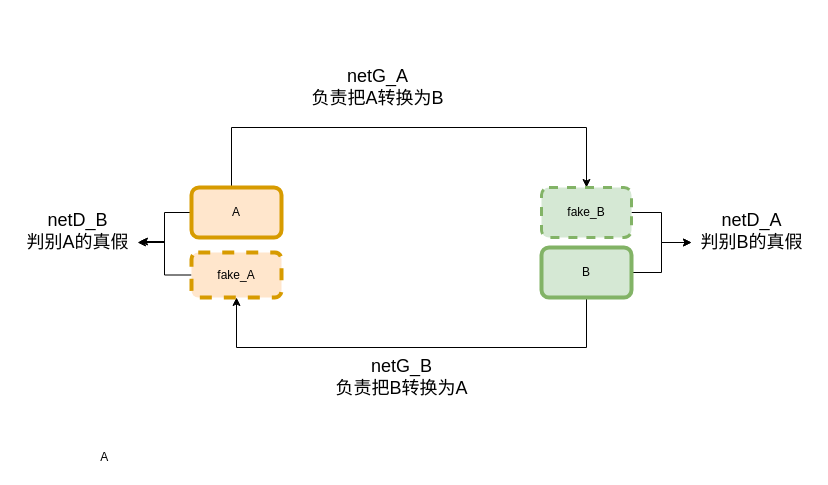
Before: cyclegan.drawio in yuanchaowang/subscribe, a draw.io diagram. Source tidied: cells renumbered, new cells numbered last; positions are measured from the earlier drawing's top-left corner, leaving out a move shared by most shapes. Both pictures are drawn from the tidied source at 100%, with x=0, y=0 at pixel (17, 67).
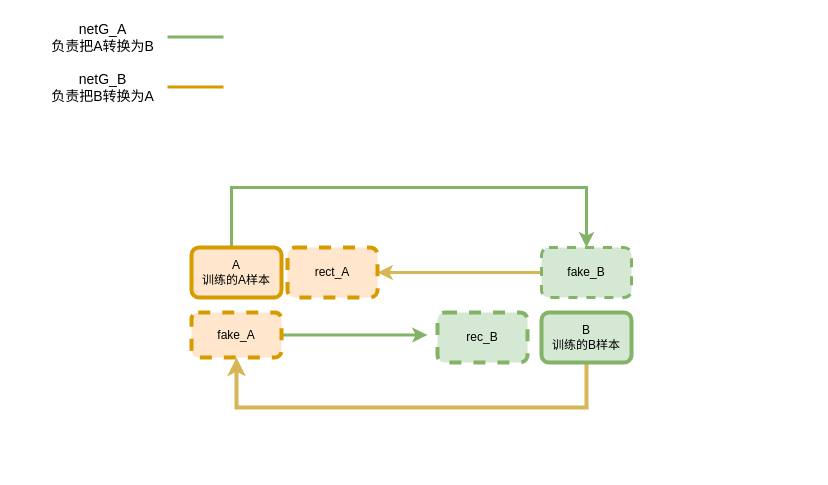
After the change.

The edit, as a diff of the source:
```diff
@@
-    <mxCell id="2" style="edgeStyle=orthogonalEdgeStyle;rounded=0;jettySize=auto;html=1;entryX=0.5;entryY=0;entryDx=0;entryDy=0;" parent="1" edge="1" source="4" target="7">
+    <mxCell id="2" style="edgeStyle=orthogonalEdgeStyle;rounded=0;jettySize=auto;html=1;entryX=0.5;entryY=0;entryDx=0;entryDy=0;fillColor=#d5e8d4;strokeColor=#82b366;strokeWidth=3;" parent="1" edge="1" source="4" target="7">
       <mxGeometry relative="1" as="geometry">
         <Array as="points">
-          <mxPoint x="214" y="60" />
-          <mxPoint x="569" y="60" />
+          <mxPoint x="214" y="120" />
+          <mxPoint x="569" y="120" />
         </Array>
       </mxGeometry>
     </mxCell>
-    <mxCell id="3" style="edgeStyle=orthogonalEdgeStyle;rounded=0;jettySize=auto;html=1;" parent="1" edge="1" source="4" target="16">
-      <mxGeometry relative="1" as="geometry" />
-    </mxCell>
-    <mxCell id="4" value="A" style="rounded=1;whiteSpace=wrap;html=1;fillColor=#ffe6cc;strokeColor=#d79b00;strokeWidth=4;" parent="1" vertex="1">
-      <mxGeometry x="174" y="120" width="90" height="50" as="geometry" />
+    <mxCell id="4" value="A&lt;br&gt;训练的A样本" style="rounded=1;whiteSpace=wrap;html=1;fillColor=#ffe6cc;strokeColor=#d79b00;strokeWidth=4;" parent="1" vertex="1">
+      <mxGeometry x="174" y="180" width="90" height="50" as="geometry" />
     </mxCell>
-    <mxCell id="5" style="edgeStyle=orthogonalEdgeStyle;rounded=0;jettySize=auto;html=1;entryX=0.5;entryY=1;entryDx=0;entryDy=0;exitX=0.5;exitY=1;exitDx=0;exitDy=0;" parent="1" edge="1" source="12" target="14">
+    <mxCell id="5" style="edgeStyle=orthogonalEdgeStyle;rounded=0;jettySize=auto;html=1;entryX=0.5;entryY=1;entryDx=0;entryDy=0;exitX=0.5;exitY=1;exitDx=0;exitDy=0;fillColor=#fff2cc;strokeColor=#d6b656;strokeWidth=4;" parent="1" edge="1" source="12" target="14">
       <mxGeometry relative="1" as="geometry">
         <Array as="points">
-          <mxPoint x="569" y="280" />
-          <mxPoint x="219" y="280" />
+          <mxPoint x="569" y="340" />
+          <mxPoint x="219" y="340" />
         </Array>
       </mxGeometry>
     </mxCell>
-    <mxCell id="6" style="edgeStyle=orthogonalEdgeStyle;rounded=0;jettySize=auto;html=1;" parent="1" edge="1" source="7" target="15">
-      <mxGeometry relative="1" as="geometry" />
-    </mxCell>
+    <mxCell id="17" style="edgeStyle=orthogonalEdgeStyle;rounded=0;jettySize=auto;html=1;entryX=1;entryY=0.5;entryDx=0;entryDy=0;fillColor=#fff2cc;strokeColor=#d6b656;strokeWidth=3;" parent="1" edge="1" source="7" target="19">
+      <mxGeometry relative="1" as="geometry" />
+    </mxCell>
     <mxCell id="7" value="fake_B" style="rounded=1;whiteSpace=wrap;html=1;fillColor=#d5e8d4;strokeColor=#82b366;dashed=1;strokeWidth=3;" parent="1" vertex="1">
-      <mxGeometry x="524" y="120" width="90" height="50" as="geometry" />
+      <mxGeometry x="524" y="180" width="90" height="50" as="geometry" />
     </mxCell>
-    <mxCell id="8" value="&lt;font style=&quot;font-size: 18px&quot;&gt;netG_A&lt;br&gt;负责把A转换为B&lt;br&gt;&lt;/font&gt;" style="text;html=1;align=center;verticalAlign=middle;strokeColor=none;fillColor=none;" parent="1" vertex="1">
-      <mxGeometry x="285" width="150" height="40" as="geometry" />
+    <mxCell id="8" value="&lt;font&gt;&lt;font style=&quot;font-size: 14px&quot;&gt;netG_A&lt;br&gt;负责把A转换为B&lt;/font&gt;&lt;br&gt;&lt;/font&gt;" style="text;html=1;align=center;verticalAlign=middle;strokeColor=none;fillColor=none;" parent="1" vertex="1">
+      <mxGeometry x="25" y="-50" width="120" height="40" as="geometry" />
     </mxCell>
-    <mxCell id="9" value="&lt;font style=&quot;font-size: 18px&quot;&gt;netG_B&lt;br&gt;负责把B转换为A&lt;br&gt;&lt;/font&gt;" style="text;html=1;align=center;verticalAlign=middle;strokeColor=none;fillColor=none;" parent="1" vertex="1">
-      <mxGeometry x="309" y="290" width="150" height="40" as="geometry" />
+    <mxCell id="9" value="&lt;font&gt;&lt;font style=&quot;font-size: 14px&quot;&gt;netG_B&lt;br&gt;负责把B转换为A&lt;/font&gt;&lt;br&gt;&lt;/font&gt;" style="text;html=1;align=center;verticalAlign=middle;strokeColor=none;fillColor=none;" parent="1" vertex="1">
+      <mxGeometry x="25" width="120" height="40" as="geometry" />
     </mxCell>
-    <mxCell id="10" value="A&amp;nbsp;&amp;nbsp;" style="text;html=1;align=center;verticalAlign=middle;strokeColor=none;fillColor=none;" parent="1" vertex="1">
-      <mxGeometry x="75" y="380" width="30" height="20" as="geometry" />
-    </mxCell>
-    <mxCell id="11" style="edgeStyle=orthogonalEdgeStyle;rounded=0;jettySize=auto;html=1;entryX=0;entryY=0.5;entryDx=0;entryDy=0;entryPerimeter=0;" parent="1" edge="1" source="12" target="15">
-      <mxGeometry relative="1" as="geometry" />
-    </mxCell>
-    <mxCell id="12" value="B" style="rounded=1;whiteSpace=wrap;html=1;fillColor=#d5e8d4;strokeColor=#82b366;strokeWidth=4;" parent="1" vertex="1">
-      <mxGeometry x="524" y="180" width="90" height="50" as="geometry" />
+    <mxCell id="12" value="B&lt;br&gt;训练的B样本" style="rounded=1;whiteSpace=wrap;html=1;fillColor=#d5e8d4;strokeColor=#82b366;strokeWidth=4;" parent="1" vertex="1">
+      <mxGeometry x="524" y="245" width="90" height="50" as="geometry" />
     </mxCell>
-    <mxCell id="13" style="edgeStyle=orthogonalEdgeStyle;rounded=0;jettySize=auto;html=1;entryX=1.017;entryY=0.48;entryDx=0;entryDy=0;entryPerimeter=0;" parent="1" edge="1" source="14" target="16">
-      <mxGeometry relative="1" as="geometry" />
-    </mxCell>
+    <mxCell id="18" style="edgeStyle=orthogonalEdgeStyle;rounded=0;jettySize=auto;html=1;fillColor=#d5e8d4;strokeColor=#82b366;strokeWidth=3;" parent="1" edge="1" source="14">
+      <mxGeometry relative="1" as="geometry">
+        <mxPoint x="410" y="267.5" as="targetPoint" />
+      </mxGeometry>
+    </mxCell>
     <mxCell id="14" value="fake_A" style="rounded=1;whiteSpace=wrap;html=1;fillColor=#ffe6cc;strokeColor=#d79b00;dashed=1;strokeWidth=4;" parent="1" vertex="1">
-      <mxGeometry x="174" y="185" width="90" height="45" as="geometry" />
+      <mxGeometry x="174" y="245" width="90" height="45" as="geometry" />
     </mxCell>
-    <mxCell id="15" value="&lt;font style=&quot;font-size: 18px&quot;&gt;netD_A&lt;br&gt;判别B的真假&lt;br&gt;&lt;br&gt;&lt;/font&gt;" style="text;html=1;align=center;verticalAlign=middle;points=[];strokeColor=none;fillColor=none;" parent="1" vertex="1">
-      <mxGeometry x="674" y="150" width="120" height="50" as="geometry" />
-    </mxCell>
-    <mxCell id="16" value="&lt;font style=&quot;font-size: 18px&quot;&gt;netD_B&lt;br&gt;判别A的真假&lt;br&gt;&lt;br&gt;&lt;/font&gt;" style="text;html=1;align=center;verticalAlign=middle;points=[];strokeColor=none;fillColor=none;" parent="1" vertex="1">
-      <mxGeometry y="150" width="120" height="50" as="geometry" />
-    </mxCell>
+    <mxCell id="19" value="rect_A" style="rounded=1;whiteSpace=wrap;html=1;fillColor=#ffe6cc;strokeColor=#d79b00;strokeWidth=4;dashed=1;" parent="1" vertex="1">
+      <mxGeometry x="270" y="180" width="90" height="50" as="geometry" />
+    </mxCell>
+    <mxCell id="20" value="rec_B" style="rounded=1;whiteSpace=wrap;html=1;fillColor=#d5e8d4;strokeColor=#82b366;strokeWidth=4;dashed=1;" parent="1" vertex="1">
+      <mxGeometry x="420" y="245" width="90" height="50" as="geometry" />
+    </mxCell>
+    <mxCell id="21" style="endArrow=none;html=1;strokeWidth=3;fillColor=#d5e8d4;strokeColor=#82b366;" parent="1" edge="1">
+      <mxGeometry relative="1" as="geometry">
+        <mxPoint x="150" y="-30.5" as="sourcePoint" />
+        <mxPoint x="206" y="-30.5" as="targetPoint" />
+      </mxGeometry>
+    </mxCell>
+    <mxCell id="22" style="endArrow=none;html=1;strokeWidth=3;fillColor=#ffe6cc;strokeColor=#d79b00;" parent="1" edge="1">
+      <mxGeometry relative="1" as="geometry">
+        <mxPoint x="150" y="19.5" as="sourcePoint" />
+        <mxPoint x="206" y="19.5" as="targetPoint" />
+      </mxGeometry>
+    </mxCell>
```
